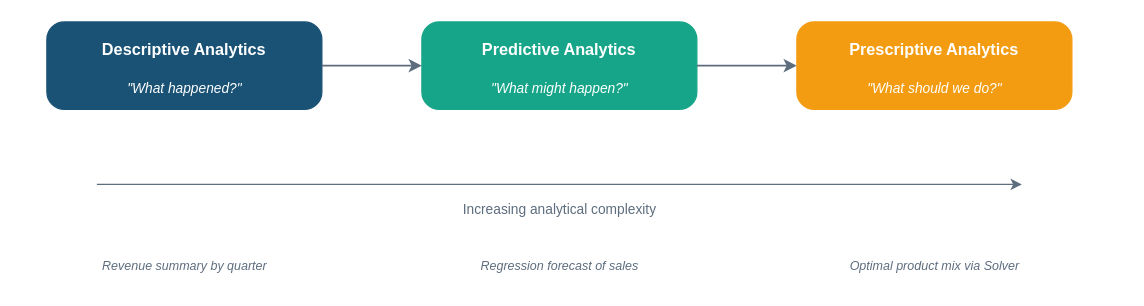
The draw.io diagram visuals/src/fig-01-01-analytics-continuum.drawio in mmcodesso/Accounting_Analytics_Book, before the edit. Source tidied: cells renumbered, new cells numbered last; positions are measured from the earlier drawing's top-left corner, leaving out a move shared by most shapes. Both pictures are drawn from the tidied source at 125%, with x=0, y=0 at pixel (46, 21).
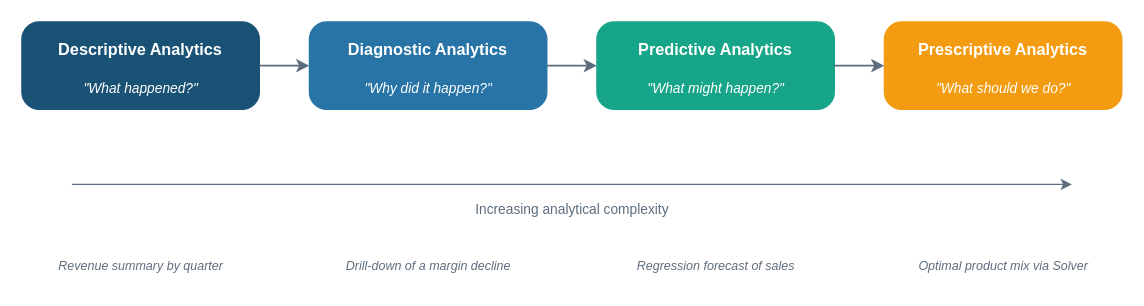
The same page after the edit.

Change to the diagram source:
```diff
@@
 <mxGraphModel>
   <root>
     <mxCell id="0" />
     <mxCell id="1" parent="0" />
     <mxCell id="2" value="Descriptive Analytics" style="rounded=1;whiteSpace=wrap;html=1;fillColor=#1A5276;fontColor=#FFFFFF;strokeColor=#1A5276;fontSize=13;fontStyle=1;fontFamily=Arial;arcSize=20;verticalAlign=top;spacingTop=8;" parent="1" vertex="1">
-      <mxGeometry width="220" height="70" as="geometry" />
+      <mxGeometry x="-20" width="190" height="70" as="geometry" />
     </mxCell>
     <mxCell id="3" value="&quot;What happened?&quot;" style="text;html=1;align=center;verticalAlign=middle;fontColor=#FFFFFF;fontSize=11;fontStyle=2;fontFamily=Arial;" parent="2" vertex="1">
-      <mxGeometry x="35" y="38" width="150" height="30" as="geometry" />
+      <mxGeometry x="20" y="38" width="150" height="30" as="geometry" />
     </mxCell>
-    <mxCell id="4" style="edgeStyle=orthogonalEdgeStyle;rounded=0;jettySize=auto;exitX=1;exitY=0.5;exitDx=0;exitDy=0;entryX=0;entryY=0.5;entryDx=0;entryDy=0;strokeColor=#5D6D7E;strokeWidth=1.5;" parent="1" edge="1" source="2" target="5">
+    <mxCell id="4" style="edgeStyle=orthogonalEdgeStyle;rounded=0;jettySize=auto;exitX=1;exitY=0.5;exitDx=0;exitDy=0;entryX=0;entryY=0.5;entryDx=0;entryDy=0;strokeColor=#5D6D7E;strokeWidth=1.5;" parent="1" edge="1" source="2" target="15">
       <mxGeometry relative="1" as="geometry" />
     </mxCell>
+    <mxCell id="15" value="Diagnostic Analytics" style="rounded=1;whiteSpace=wrap;html=1;fillColor=#2874A6;fontColor=#FFFFFF;strokeColor=#2874A6;fontSize=13;fontStyle=1;fontFamily=Arial;arcSize=20;verticalAlign=top;spacingTop=8;" parent="1" vertex="1">
+      <mxGeometry x="210" width="190" height="70" as="geometry" />
+    </mxCell>
+    <mxCell id="16" value="&quot;Why did it happen?&quot;" style="text;html=1;align=center;verticalAlign=middle;fontColor=#FFFFFF;fontSize=11;fontStyle=2;fontFamily=Arial;" parent="15" vertex="1">
+      <mxGeometry x="20" y="38" width="150" height="30" as="geometry" />
+    </mxCell>
+    <mxCell id="17" style="edgeStyle=orthogonalEdgeStyle;rounded=0;jettySize=auto;exitX=1;exitY=0.5;exitDx=0;exitDy=0;entryX=0;entryY=0.5;entryDx=0;entryDy=0;strokeColor=#5D6D7E;strokeWidth=1.5;" parent="1" edge="1" source="15" target="5">
+      <mxGeometry relative="1" as="geometry" />
+    </mxCell>
     <mxCell id="5" value="Predictive Analytics" style="rounded=1;whiteSpace=wrap;html=1;fillColor=#17A589;fontColor=#FFFFFF;strokeColor=#17A589;fontSize=13;fontStyle=1;fontFamily=Arial;arcSize=20;verticalAlign=top;spacingTop=8;" parent="1" vertex="1">
-      <mxGeometry x="300" width="220" height="70" as="geometry" />
+      <mxGeometry x="440" width="190" height="70" as="geometry" />
     </mxCell>
     <mxCell id="6" value="&quot;What might happen?&quot;" style="text;html=1;align=center;verticalAlign=middle;fontColor=#FFFFFF;fontSize=11;fontStyle=2;fontFamily=Arial;" parent="5" vertex="1">
-      <mxGeometry x="25" y="38" width="170" height="30" as="geometry" />
+      <mxGeometry x="10" y="38" width="170" height="30" as="geometry" />
     </mxCell>
     <mxCell id="7" style="edgeStyle=orthogonalEdgeStyle;rounded=0;jettySize=auto;exitX=1;exitY=0.5;exitDx=0;exitDy=0;entryX=0;entryY=0.5;entryDx=0;entryDy=0;strokeColor=#5D6D7E;strokeWidth=1.5;" parent="1" edge="1" source="5" target="8">
       <mxGeometry relative="1" as="geometry" />
     </mxCell>
     <mxCell id="8" value="Prescriptive Analytics" style="rounded=1;whiteSpace=wrap;html=1;fillColor=#F39C12;fontColor=#FFFFFF;strokeColor=#F39C12;fontSize=13;fontStyle=1;fontFamily=Arial;arcSize=20;verticalAlign=top;spacingTop=8;" parent="1" vertex="1">
-      <mxGeometry x="600" width="220" height="70" as="geometry" />
+      <mxGeometry x="670" width="190" height="70" as="geometry" />
     </mxCell>
     <mxCell id="9" value="&quot;What should we do?&quot;" style="text;html=1;align=center;verticalAlign=middle;fontColor=#FFFFFF;fontSize=11;fontStyle=2;fontFamily=Arial;" parent="8" vertex="1">
-      <mxGeometry x="25" y="38" width="170" height="30" as="geometry" />
+      <mxGeometry x="10" y="38" width="170" height="30" as="geometry" />
     </mxCell>
     <mxCell id="10" style="endArrow=classic;html=1;strokeColor=#5D6D7E;strokeWidth=1;exitX=0;exitY=0.5;exitDx=0;exitDy=0;" parent="1" edge="1">
       <mxGeometry relative="1" as="geometry">
-        <mxPoint x="40" y="130" as="sourcePoint" />
-        <mxPoint x="780" y="130" as="targetPoint" />
+        <mxPoint x="20" y="130" as="sourcePoint" />
+        <mxPoint x="820" y="130" as="targetPoint" />
       </mxGeometry>
     </mxCell>
     <mxCell id="11" value="Increasing analytical complexity" style="text;html=1;align=center;verticalAlign=middle;fontColor=#5D6D7E;fontSize=11;fontFamily=Arial;" parent="1" vertex="1">
-      <mxGeometry x="290" y="135" width="240" height="30" as="geometry" />
+      <mxGeometry x="300" y="135" width="240" height="30" as="geometry" />
     </mxCell>
     <mxCell id="12" value="Revenue summary by quarter" style="text;html=1;align=center;verticalAlign=middle;fontColor=#5D6D7E;fontSize=10;fontStyle=2;fontFamily=Arial;" parent="1" vertex="1">
-      <mxGeometry x="15" y="180" width="190" height="30" as="geometry" />
+      <mxGeometry x="-20" y="180" width="190" height="30" as="geometry" />
     </mxCell>
+    <mxCell id="18" value="Drill-down of a margin decline" style="text;html=1;align=center;verticalAlign=middle;fontColor=#5D6D7E;fontSize=10;fontStyle=2;fontFamily=Arial;" parent="1" vertex="1">
+      <mxGeometry x="210" y="180" width="190" height="30" as="geometry" />
+    </mxCell>
     <mxCell id="13" value="Regression forecast of sales" style="text;html=1;align=center;verticalAlign=middle;fontColor=#5D6D7E;fontSize=10;fontStyle=2;fontFamily=Arial;" parent="1" vertex="1">
-      <mxGeometry x="315" y="180" width="190" height="30" as="geometry" />
+      <mxGeometry x="440" y="180" width="190" height="30" as="geometry" />
     </mxCell>
     <mxCell id="14" value="Optimal product mix via Solver" style="text;html=1;align=center;verticalAlign=middle;fontColor=#5D6D7E;fontSize=10;fontStyle=2;fontFamily=Arial;" parent="1" vertex="1">
-      <mxGeometry x="610" y="180" width="200" height="30" as="geometry" />
+      <mxGeometry x="670" y="180" width="190" height="30" as="geometry" />
     </mxCell>
   </root>
 </mxGraphModel>
```
